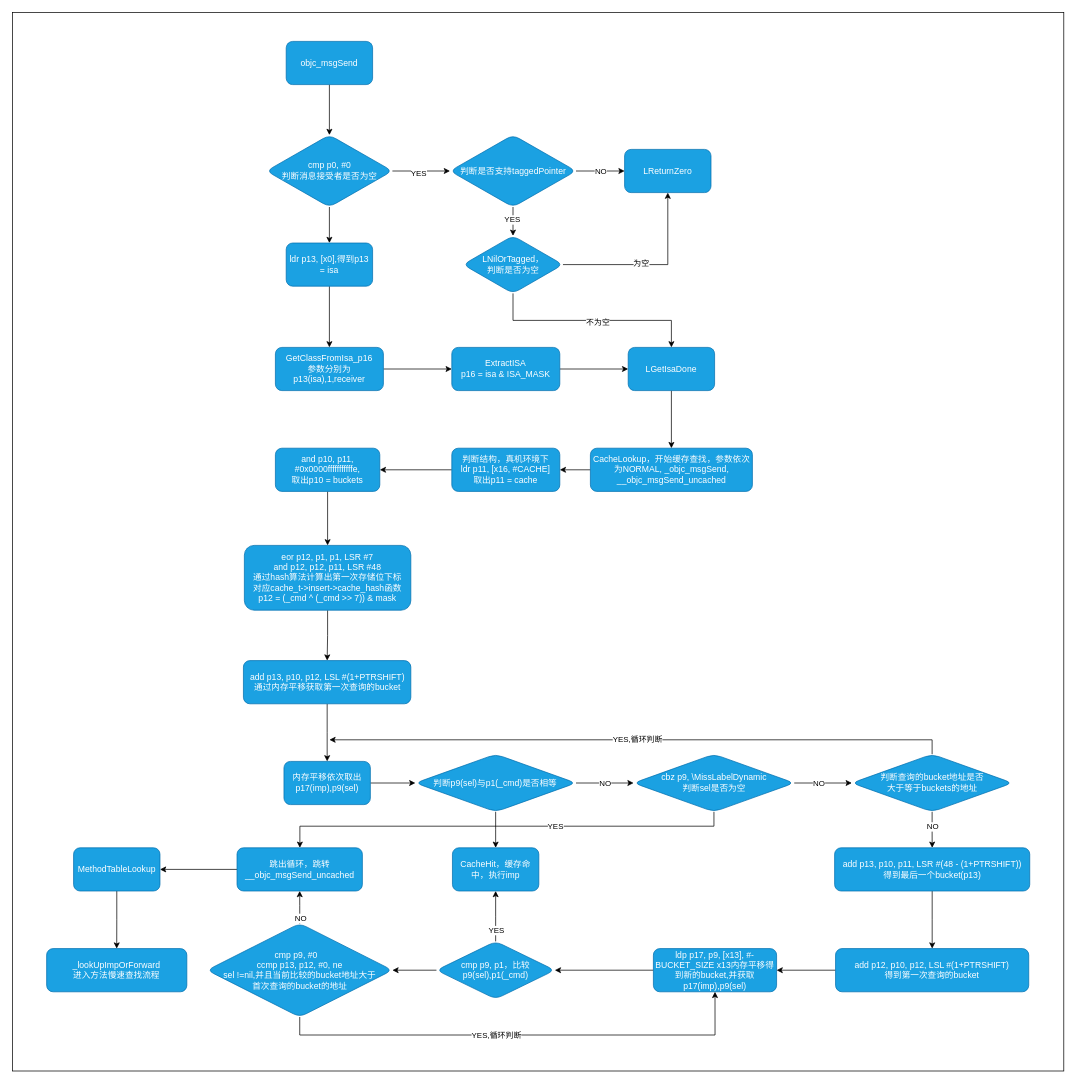
Earlier version of the draw.io diagram 方法快速查找.drawio (xianquan1/FlowChart). Source tidied: cells renumbered, new cells numbered last; positions are measured from the earlier drawing's top-left corner, leaving out a move shared by most shapes. Both pictures are drawn from the tidied source at 72%, with x=0, y=0 at pixel (12, 12).
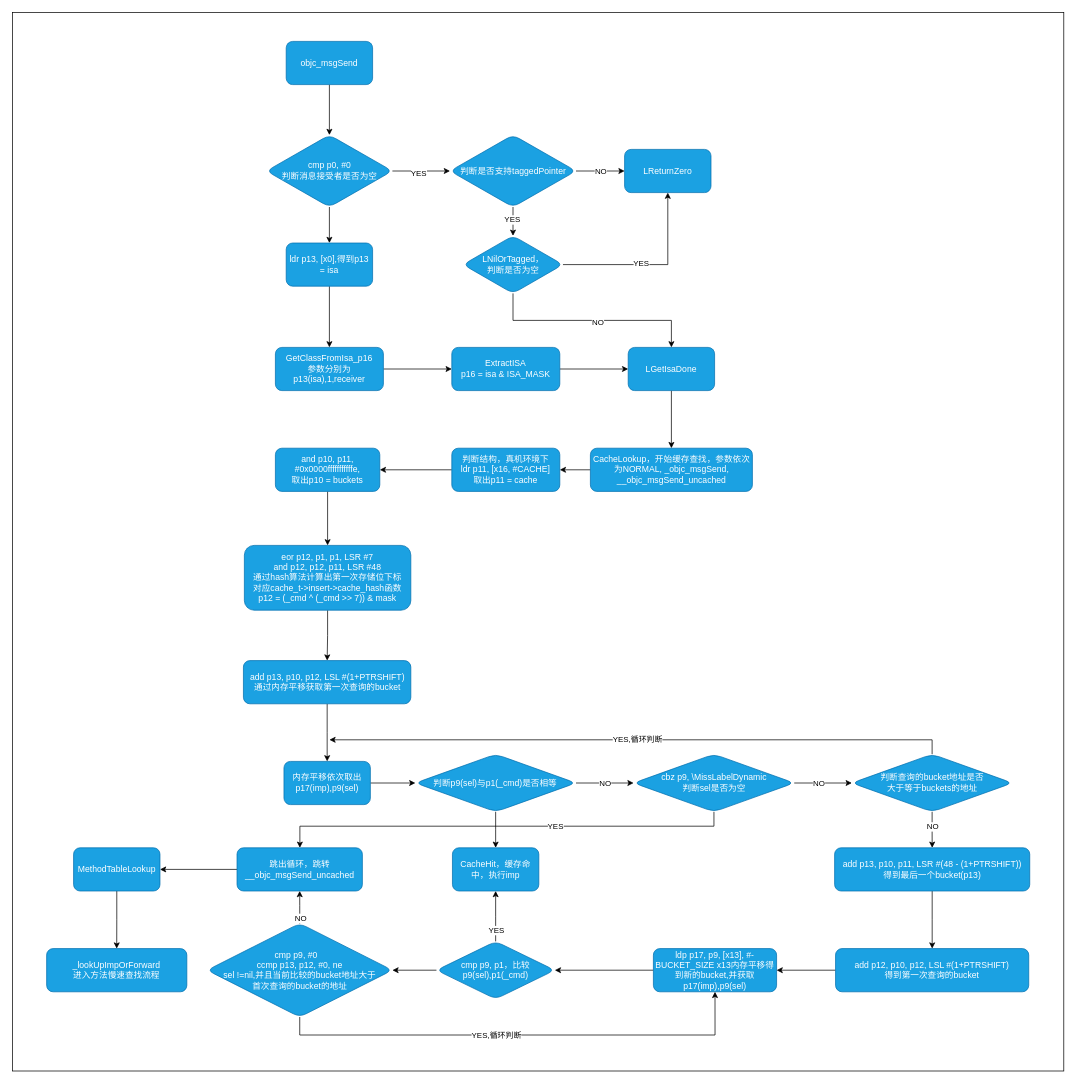
After the change.

Commit message (it also covers changes not shown here):
方法快速查找.drawio

Unchanged cells that the change refers to:
```xml
<mxCell id="13" style="edgeStyle=orthogonalEdgeStyle;rounded=0;jettySize=auto;html=1;exitX=1;exitY=0.5;exitDx=0;exitDy=0;entryX=0.5;entryY=1;entryDx=0;entryDy=0;" parent="1" edge="1" source="17" target="18">
  <mxGeometry relative="1" as="geometry" />
</mxCell>
<mxCell id="15" style="edgeStyle=orthogonalEdgeStyle;rounded=0;jettySize=auto;html=1;exitX=0.5;exitY=1;exitDx=0;exitDy=0;entryX=0.5;entryY=0;entryDx=0;entryDy=0;" parent="1" edge="1" source="17" target="26">
  <mxGeometry relative="1" as="geometry" />
</mxCell>
```

The edit, as a diff of the source:
```diff
@@
-    <mxCell id="14" value="为空" style="edgeLabel;html=1;align=center;verticalAlign=middle;" parent="13" vertex="1">
+    <mxCell id="14" value="YES" style="edgeLabel;html=1;align=center;verticalAlign=middle;" parent="13" vertex="1">
       <mxGeometry x="-0.12" y="3" relative="1" as="geometry" />
     </mxCell>
@@
-    <mxCell id="16" value="不为空" style="edgeLabel;html=1;align=center;verticalAlign=middle;" parent="15" vertex="1">
+    <mxCell id="16" value="NO" style="edgeLabel;html=1;align=center;verticalAlign=middle;" parent="15" vertex="1">
       <mxGeometry x="0.05" y="-1" relative="1" as="geometry">
         <mxPoint y="1" as="offset" />
       </mxGeometry>
     </mxCell>
```
